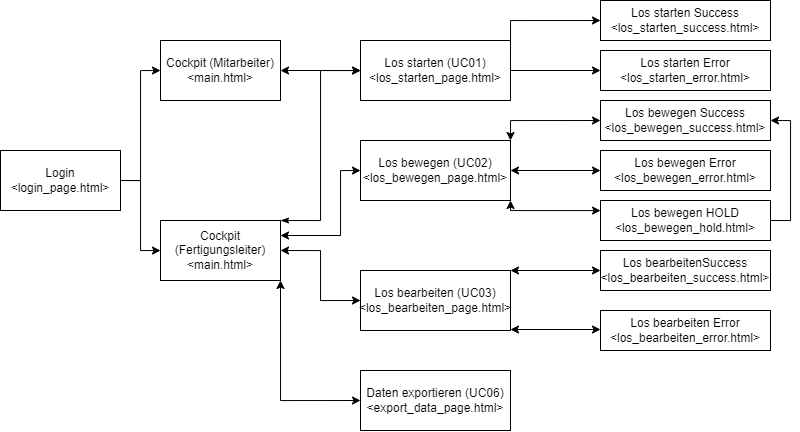
Before: docs/development/images/Frontend_Struktur.png, a diagram exported from draw.io (RichardSchultz-gh/semiconductor-logistics-automation). Source tidied: cells renumbered, new cells last; positions are measured from the earlier drawing's top-left corner, leaving out a move shared by most shapes.
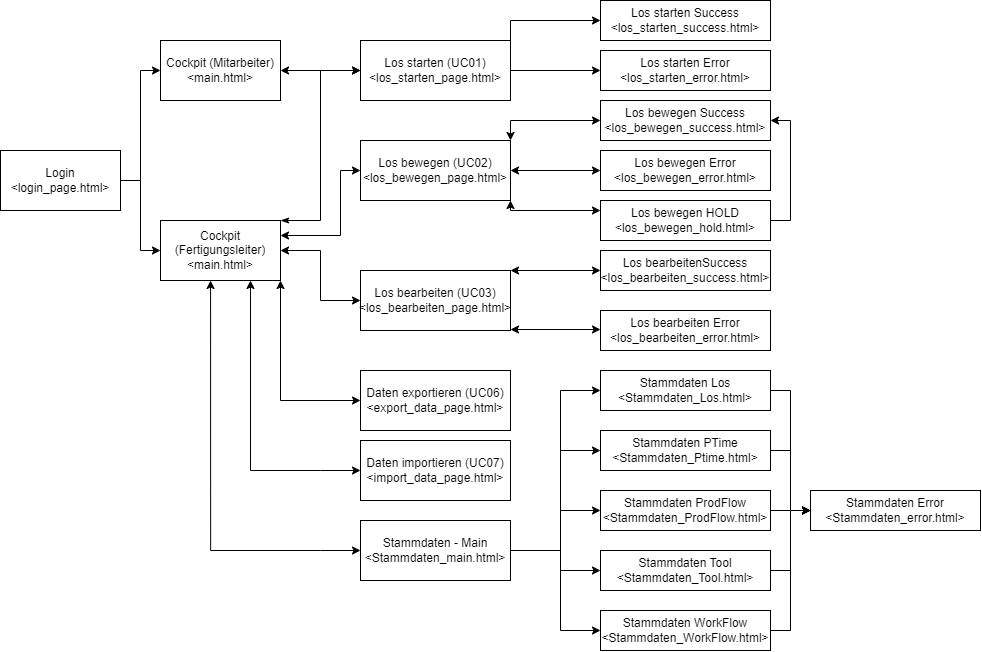
After the commit.

Change to the diagram source:
```diff
@@ -132,5 +132,105 @@
     <mxCell id="30" value="Los bearbeiten Error&lt;br&gt;&amp;lt;los_bearbeiten_error.html&amp;gt;" style="rounded=0;whiteSpace=wrap;html=1;" parent="1" vertex="1">
       <mxGeometry x="600" y="310" width="170" height="40" as="geometry" />
     </mxCell>
+    <mxCell id="31" style="edgeStyle=orthogonalEdgeStyle;rounded=0;orthogonalLoop=1;jettySize=auto;html=1;startArrow=classic;startFill=1;" parent="1" edge="1">
+      <mxGeometry relative="1" as="geometry">
+        <mxPoint x="250" y="280" as="sourcePoint" />
+        <mxPoint x="360" y="470" as="targetPoint" />
+        <Array as="points">
+          <mxPoint x="250" y="470" />
+          <mxPoint x="320" y="470" />
+        </Array>
+      </mxGeometry>
+    </mxCell>
+    <mxCell id="32" value="Daten importieren (UC07)&lt;br&gt;&amp;lt;import_data_page.html&amp;gt;" style="rounded=0;whiteSpace=wrap;html=1;" parent="1" vertex="1">
+      <mxGeometry x="360" y="440" width="150" height="60" as="geometry" />
+    </mxCell>
+    <mxCell id="33" style="edgeStyle=orthogonalEdgeStyle;rounded=0;orthogonalLoop=1;jettySize=auto;html=1;startArrow=classic;startFill=1;" parent="1" edge="1">
+      <mxGeometry relative="1" as="geometry">
+        <mxPoint x="210.1" y="280" as="sourcePoint" />
+        <mxPoint x="360" y="550" as="targetPoint" />
+        <Array as="points">
+          <mxPoint x="210" y="550" />
+          <mxPoint x="320" y="550" />
+        </Array>
+      </mxGeometry>
+    </mxCell>
+    <mxCell id="34" style="edgeStyle=orthogonalEdgeStyle;rounded=0;jettySize=auto;html=1;exitX=1;exitY=0.5;exitDx=0;exitDy=0;" parent="1" edge="1" source="39">
+      <mxGeometry relative="1" as="geometry">
+        <mxPoint x="600" y="390" as="targetPoint" />
+        <Array as="points">
+          <mxPoint x="560" y="550" />
+          <mxPoint x="560" y="390" />
+        </Array>
+      </mxGeometry>
+    </mxCell>
+    <mxCell id="35" style="edgeStyle=orthogonalEdgeStyle;rounded=0;jettySize=auto;html=1;exitX=1;exitY=0.5;exitDx=0;exitDy=0;entryX=0;entryY=0.5;entryDx=0;entryDy=0;" parent="1" edge="1" source="39" target="43">
+      <mxGeometry relative="1" as="geometry">
+        <Array as="points">
+          <mxPoint x="560" y="550" />
+          <mxPoint x="560" y="450" />
+        </Array>
+      </mxGeometry>
+    </mxCell>
+    <mxCell id="36" style="edgeStyle=orthogonalEdgeStyle;rounded=0;jettySize=auto;html=1;exitX=1;exitY=0.5;exitDx=0;exitDy=0;entryX=0;entryY=0.5;entryDx=0;entryDy=0;" parent="1" edge="1" source="39" target="45">
+      <mxGeometry relative="1" as="geometry">
+        <Array as="points">
+          <mxPoint x="560" y="550" />
+          <mxPoint x="560" y="510" />
+        </Array>
+      </mxGeometry>
+    </mxCell>
+    <mxCell id="37" style="edgeStyle=orthogonalEdgeStyle;rounded=0;jettySize=auto;html=1;exitX=1;exitY=0.5;exitDx=0;exitDy=0;entryX=0;entryY=0.5;entryDx=0;entryDy=0;" parent="1" edge="1" source="39" target="47">
+      <mxGeometry relative="1" as="geometry">
+        <Array as="points">
+          <mxPoint x="560" y="550" />
+          <mxPoint x="560" y="570" />
+        </Array>
+      </mxGeometry>
+    </mxCell>
+    <mxCell id="38" style="edgeStyle=orthogonalEdgeStyle;rounded=0;jettySize=auto;html=1;exitX=1;exitY=0.5;exitDx=0;exitDy=0;entryX=0;entryY=0.5;entryDx=0;entryDy=0;" parent="1" edge="1" source="39" target="49">
+      <mxGeometry relative="1" as="geometry">
+        <Array as="points">
+          <mxPoint x="560" y="550" />
+          <mxPoint x="560" y="630" />
+        </Array>
+      </mxGeometry>
+    </mxCell>
+    <mxCell id="39" value="Stammdaten - Main&lt;br&gt;&amp;lt;Stammdaten_main.html&amp;gt;" style="rounded=0;whiteSpace=wrap;html=1;" parent="1" vertex="1">
+      <mxGeometry x="360" y="520" width="150" height="60" as="geometry" />
+    </mxCell>
+    <mxCell id="40" style="edgeStyle=orthogonalEdgeStyle;rounded=0;jettySize=auto;html=1;exitX=1;exitY=0.5;exitDx=0;exitDy=0;entryX=0;entryY=0.5;entryDx=0;entryDy=0;" parent="1" edge="1" source="41" target="50">
+      <mxGeometry relative="1" as="geometry" />
+    </mxCell>
+    <mxCell id="41" value="Stammdaten Los&lt;br&gt;&amp;lt;Stammdaten_Los.html&amp;gt;" style="rounded=0;whiteSpace=wrap;html=1;" parent="1" vertex="1">
+      <mxGeometry x="600" y="370" width="170" height="40" as="geometry" />
+    </mxCell>
+    <mxCell id="42" style="edgeStyle=orthogonalEdgeStyle;rounded=0;jettySize=auto;html=1;exitX=1;exitY=0.5;exitDx=0;exitDy=0;entryX=0;entryY=0.5;entryDx=0;entryDy=0;" parent="1" edge="1" source="43" target="50">
+      <mxGeometry relative="1" as="geometry" />
+    </mxCell>
+    <mxCell id="43" value="Stammdaten PTime&lt;br&gt;&amp;lt;Stammdaten_Ptime.html&amp;gt;" style="rounded=0;whiteSpace=wrap;html=1;" parent="1" vertex="1">
+      <mxGeometry x="600" y="430" width="170" height="40" as="geometry" />
+    </mxCell>
+    <mxCell id="44" style="edgeStyle=orthogonalEdgeStyle;rounded=0;jettySize=auto;html=1;exitX=1;exitY=0.5;exitDx=0;exitDy=0;entryX=0;entryY=0.5;entryDx=0;entryDy=0;" parent="1" edge="1" source="45" target="50">
+      <mxGeometry relative="1" as="geometry" />
+    </mxCell>
+    <mxCell id="45" value="Stammdaten ProdFlow&lt;br style=&quot;border-color: var(--border-color);&quot;&gt;&amp;lt;Stammdaten_ProdFlow.html&amp;gt;" style="rounded=0;whiteSpace=wrap;html=1;" parent="1" vertex="1">
+      <mxGeometry x="600" y="490" width="170" height="40" as="geometry" />
+    </mxCell>
+    <mxCell id="46" style="edgeStyle=orthogonalEdgeStyle;rounded=0;jettySize=auto;html=1;exitX=1;exitY=0.5;exitDx=0;exitDy=0;entryX=0;entryY=0.5;entryDx=0;entryDy=0;" parent="1" edge="1" source="47" target="50">
+      <mxGeometry relative="1" as="geometry" />
+    </mxCell>
+    <mxCell id="47" value="Stammdaten Tool&lt;br style=&quot;border-color: var(--border-color);&quot;&gt;&amp;lt;Stammdaten_Tool.html&amp;gt;" style="rounded=0;whiteSpace=wrap;html=1;" parent="1" vertex="1">
+      <mxGeometry x="600" y="550" width="170" height="40" as="geometry" />
+    </mxCell>
+    <mxCell id="48" style="edgeStyle=orthogonalEdgeStyle;rounded=0;jettySize=auto;html=1;exitX=1;exitY=0.5;exitDx=0;exitDy=0;entryX=0;entryY=0.5;entryDx=0;entryDy=0;" parent="1" edge="1" source="49" target="50">
+      <mxGeometry relative="1" as="geometry" />
+    </mxCell>
+    <mxCell id="49" value="Stammdaten WorkFlow&lt;br style=&quot;border-color: var(--border-color);&quot;&gt;&amp;lt;Stammdaten_WorkFlow.html&amp;gt;" style="rounded=0;whiteSpace=wrap;html=1;" parent="1" vertex="1">
+      <mxGeometry x="600" y="610" width="170" height="40" as="geometry" />
+    </mxCell>
+    <mxCell id="50" value="Stammdaten Error&lt;br&gt;&amp;lt;Stammdaten_error.html&amp;gt;" style="rounded=0;whiteSpace=wrap;html=1;" parent="1" vertex="1">
+      <mxGeometry x="810" y="490" width="170" height="40" as="geometry" />
+    </mxCell>
   </root>
 </mxGraphModel>
```
